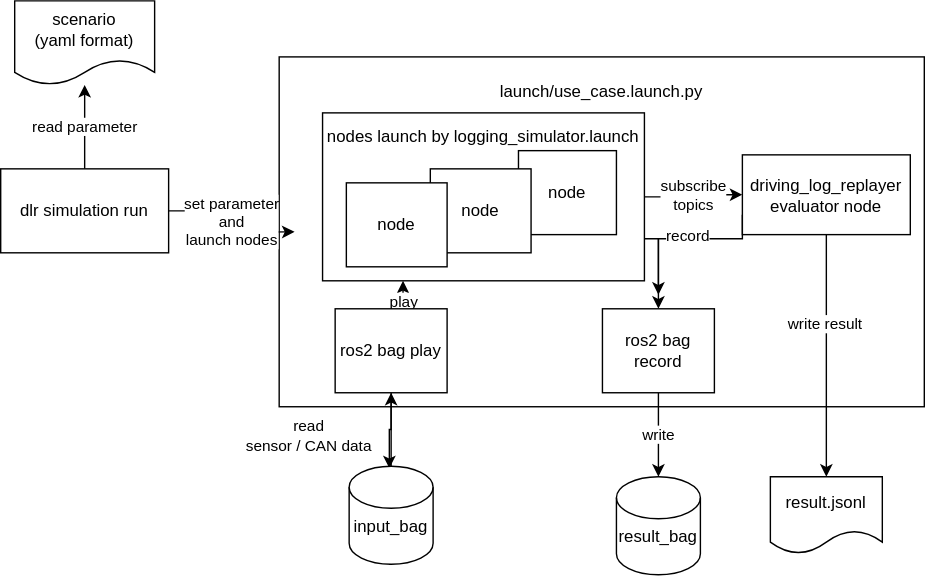
Above: docs/overview/images/overview.drawio.svg in tier4/driving_log_replayer (draw.io), before the change. Source tidied: cells renumbered, new cells last; positions are measured from the earlier drawing's top-left corner, leaving out a move shared by most shapes.
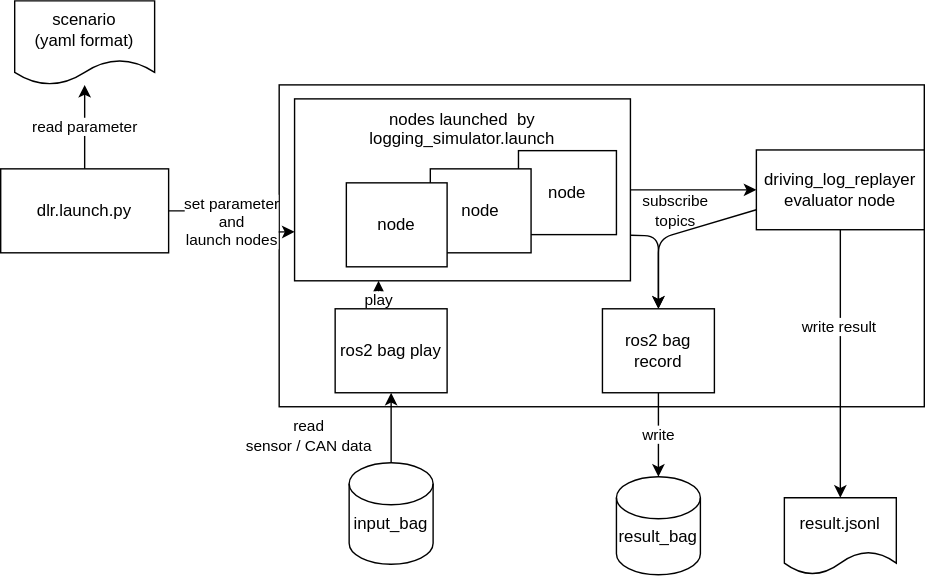
After the commit.

Diff of the diagram source:
```diff
@@ -2,22 +2,21 @@
   <root>
     <mxCell id="0" />
     <mxCell id="1" parent="0" />
-    <mxCell id="2" value="launch/use_case.launch.py&lt;br&gt;&lt;br&gt;&lt;br&gt;&lt;br&gt;&lt;br&gt;&lt;br&gt;&lt;br&gt;&lt;br&gt;&lt;br&gt;&lt;br&gt;&lt;br&gt;&lt;br&gt;&lt;br&gt;&lt;br&gt;&lt;br&gt;" style="rounded=0;whiteSpace=wrap;html=1;" parent="1" vertex="1">
-      <mxGeometry x="199" y="40" width="461" height="250" as="geometry" />
+    <mxCell id="2" style="rounded=0;whiteSpace=wrap;html=1;" parent="1" vertex="1">
+      <mxGeometry x="199" y="60" width="461" height="230" as="geometry" />
     </mxCell>
     <mxCell id="3" value="subscribe&lt;br&gt;topics" style="edgeStyle=orthogonalEdgeStyle;rounded=0;jettySize=auto;html=1;" parent="1" edge="1" source="5" target="25">
-      <mxGeometry relative="1" as="geometry" />
+      <mxGeometry x="-0.28" y="-15" relative="1" as="geometry" />
     </mxCell>
-    <mxCell id="4" style="edgeStyle=orthogonalEdgeStyle;rounded=0;jettySize=auto;html=1;exitX=1;exitY=0.75;exitDx=0;exitDy=0;" parent="1" edge="1" source="5">
-      <mxGeometry relative="1" as="geometry">
-        <mxPoint x="470" y="210" as="targetPoint" />
-        <Array as="points">
-          <mxPoint x="470" y="170" />
-        </Array>
-      </mxGeometry>
-    </mxCell>
+    <mxCell id="28" style="edgeStyle=none;html=1;exitX=1;exitY=0.75;exitDx=0;exitDy=0;entryX=0.5;entryY=0;entryDx=0;entryDy=0;" parent="1" edge="1" source="5" target="16">
+      <mxGeometry relative="1" as="geometry">
+        <Array as="points">
+          <mxPoint x="470" y="168" />
+        </Array>
+      </mxGeometry>
+    </mxCell>
-    <mxCell id="5" value="nodes launch by logging_simulator.launch&lt;br&gt;&lt;br&gt;&lt;br&gt;&lt;br&gt;&lt;br&gt;&lt;br&gt;&lt;br&gt;" style="rounded=0;whiteSpace=wrap;html=1;" parent="1" vertex="1">
-      <mxGeometry x="230" y="80" width="230" height="120" as="geometry" />
+    <mxCell id="5" value="nodes launched&amp;nbsp; by logging_simulator.launch&lt;br&gt;&lt;br&gt;&lt;br&gt;&lt;br&gt;&lt;br&gt;&lt;div&gt;&lt;br&gt;&lt;/div&gt;&lt;div&gt;&lt;br&gt;&lt;/div&gt;" style="rounded=0;whiteSpace=wrap;html=1;" parent="1" vertex="1">
+      <mxGeometry x="210" y="70" width="240" height="130" as="geometry" />
     </mxCell>
     <mxCell id="6" value="node" style="rounded=0;whiteSpace=wrap;html=1;" parent="1" vertex="1">
       <mxGeometry x="370" y="107" width="70" height="60" as="geometry" />
@@ -30,7 +29,7 @@
     <mxCell id="8" value="read parameter" style="edgeStyle=orthogonalEdgeStyle;rounded=0;jettySize=auto;html=1;" parent="1" edge="1" source="9" target="19">
       <mxGeometry relative="1" as="geometry" />
     </mxCell>
-    <mxCell id="9" value="dlr simulation run" style="rounded=0;whiteSpace=wrap;html=1;" parent="1" vertex="1">
+    <mxCell id="9" value="dlr.launch.py" style="rounded=0;whiteSpace=wrap;html=1;" parent="1" vertex="1">
       <mxGeometry y="120" width="120" height="60" as="geometry" />
     </mxCell>
     <mxCell id="10" value="read&lt;br&gt;sensor / CAN data" style="edgeStyle=orthogonalEdgeStyle;rounded=0;jettySize=auto;html=1;exitX=0.5;exitY=1;exitDx=0;exitDy=0;startArrow=none;" parent="1" edge="1" source="27">
@@ -42,9 +41,6 @@
     <mxCell id="11" value="play" style="edgeStyle=orthogonalEdgeStyle;rounded=0;jettySize=auto;html=1;exitX=0.5;exitY=0;exitDx=0;exitDy=0;entryX=0.25;entryY=1;entryDx=0;entryDy=0;" parent="1" edge="1" source="13" target="5">
       <mxGeometry relative="1" as="geometry" />
     </mxCell>
-    <mxCell id="12" style="edgeStyle=orthogonalEdgeStyle;rounded=0;jettySize=auto;html=1;entryX=0.479;entryY=0.022;entryDx=0;entryDy=0;entryPerimeter=0;" parent="1" edge="1" source="13" target="27">
-      <mxGeometry relative="1" as="geometry" />
-    </mxCell>
     <mxCell id="13" value="ros2 bag play" style="rounded=0;whiteSpace=wrap;html=1;" parent="1" vertex="1">
       <mxGeometry x="239" y="220" width="80" height="60" as="geometry" />
     </mxCell>
@@ -67,7 +63,7 @@
       <mxGeometry x="10" width="100" height="60" as="geometry" />
     </mxCell>
     <mxCell id="20" value="result.jsonl" style="shape=document;whiteSpace=wrap;html=1;boundedLbl=1;" parent="1" vertex="1">
-      <mxGeometry x="550" y="340" width="80" height="55" as="geometry" />
+      <mxGeometry x="560" y="355" width="80" height="55" as="geometry" />
     </mxCell>
     <mxCell id="21" style="edgeStyle=orthogonalEdgeStyle;rounded=0;jettySize=auto;html=1;" parent="1" edge="1" source="25" target="20">
       <mxGeometry relative="1" as="geometry" />
@@ -75,27 +71,21 @@
     <mxCell id="22" value="write result" style="edgeLabel;html=1;align=center;verticalAlign=middle;" parent="21" vertex="1">
       <mxGeometry x="-0.27" y="-2" relative="1" as="geometry" />
     </mxCell>
-    <mxCell id="23" style="edgeStyle=orthogonalEdgeStyle;rounded=0;jettySize=auto;html=1;exitX=0;exitY=0.75;exitDx=0;exitDy=0;" parent="1" edge="1" source="25" target="16">
+    <mxCell id="23" style="edgeStyle=none;html=1;exitX=0;exitY=0.75;exitDx=0;exitDy=0;entryX=0.5;entryY=0;entryDx=0;entryDy=0;" parent="1" edge="1" source="25" target="16">
       <mxGeometry relative="1" as="geometry">
         <Array as="points">
-          <mxPoint x="530" y="170" />
           <mxPoint x="470" y="170" />
         </Array>
       </mxGeometry>
     </mxCell>
-    <mxCell id="24" value="record" style="edgeLabel;html=1;align=center;verticalAlign=middle;" parent="23" vertex="1">
-      <mxGeometry x="-0.46" y="-1" relative="1" as="geometry">
-        <mxPoint x="-23" y="-2" as="offset" />
-      </mxGeometry>
-    </mxCell>
     <mxCell id="25" value="driving_log_replayer&lt;br&gt;evaluator node" style="rounded=0;whiteSpace=wrap;html=1;" parent="1" vertex="1">
-      <mxGeometry x="530" y="110" width="120" height="57" as="geometry" />
+      <mxGeometry x="540" y="106.5" width="120" height="57" as="geometry" />
     </mxCell>
     <mxCell id="26" style="edgeStyle=none;html=1;" parent="1" edge="1" source="27" target="13">
       <mxGeometry relative="1" as="geometry" />
     </mxCell>
     <mxCell id="27" value="&lt;br&gt;input_bag" style="shape=cylinder2;whiteSpace=wrap;html=1;boundedLbl=1;backgroundOutline=1;size=15;" parent="1" vertex="1">
-      <mxGeometry x="249" y="332.5" width="60" height="70" as="geometry" />
+      <mxGeometry x="249" y="330" width="60" height="72.5" as="geometry" />
     </mxCell>
   </root>
 </mxGraphModel>
```
